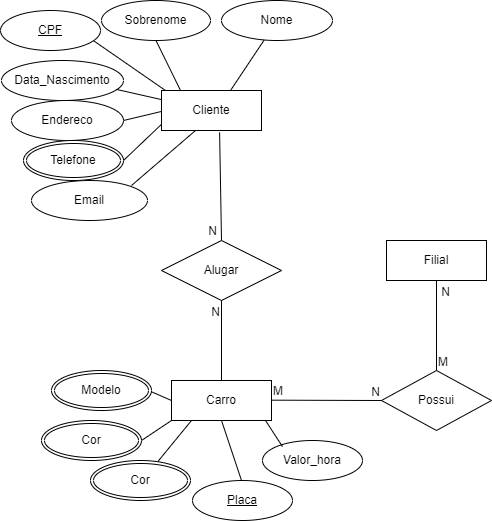
The draw.io diagram Mapa_BD1.drawio.png in Kelly-Prone/diagramas, before a commit. Source tidied: cells renumbered, new cells last; positions are measured from the earlier drawing's top-left corner, leaving out a move shared by most shapes.
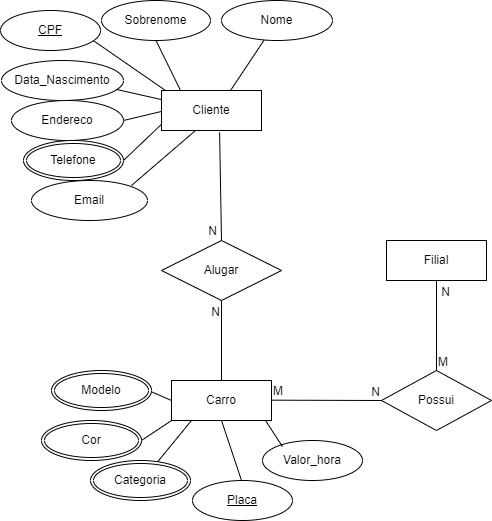
Later version of the same file.

Diff of the diagram source:
```diff
@@ -126,7 +126,7 @@
     <mxCell id="31" value="Cor" style="ellipse;shape=doubleEllipse;margin=3;whiteSpace=wrap;html=1;align=center;" parent="1" vertex="1">
       <mxGeometry x="41" y="420" width="100" height="40" as="geometry" />
     </mxCell>
-    <mxCell id="32" value="Cor" style="ellipse;shape=doubleEllipse;margin=3;whiteSpace=wrap;html=1;align=center;" parent="1" vertex="1">
+    <mxCell id="32" value="Categoria" style="ellipse;shape=doubleEllipse;margin=3;whiteSpace=wrap;html=1;align=center;" parent="1" vertex="1">
       <mxGeometry x="90" y="460" width="100" height="40" as="geometry" />
     </mxCell>
     <mxCell id="33" value="Filial" style="whiteSpace=wrap;html=1;align=center;" parent="1" vertex="1">
```
